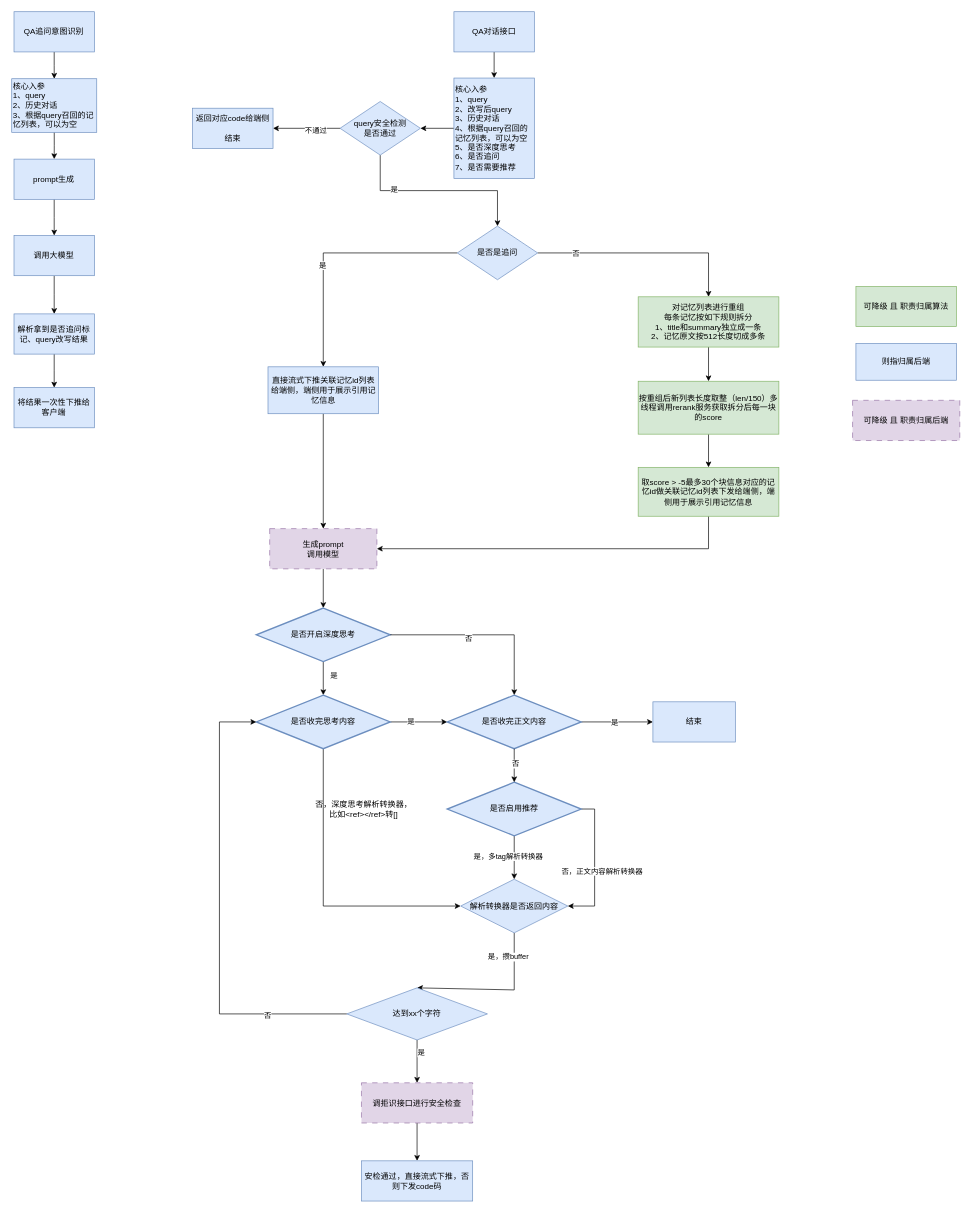
Earlier version of the draw.io diagram page "记忆顾问流程图" (2 of 2) of 个性化.drawio (jingb/pythonRepo). Source tidied: cells renumbered, new cells numbered last; positions are measured from the earlier drawing's top-left corner, leaving out a move shared by most shapes. Both pictures are drawn from the tidied source at 67%, with x=0, y=0 at pixel (11, 11).
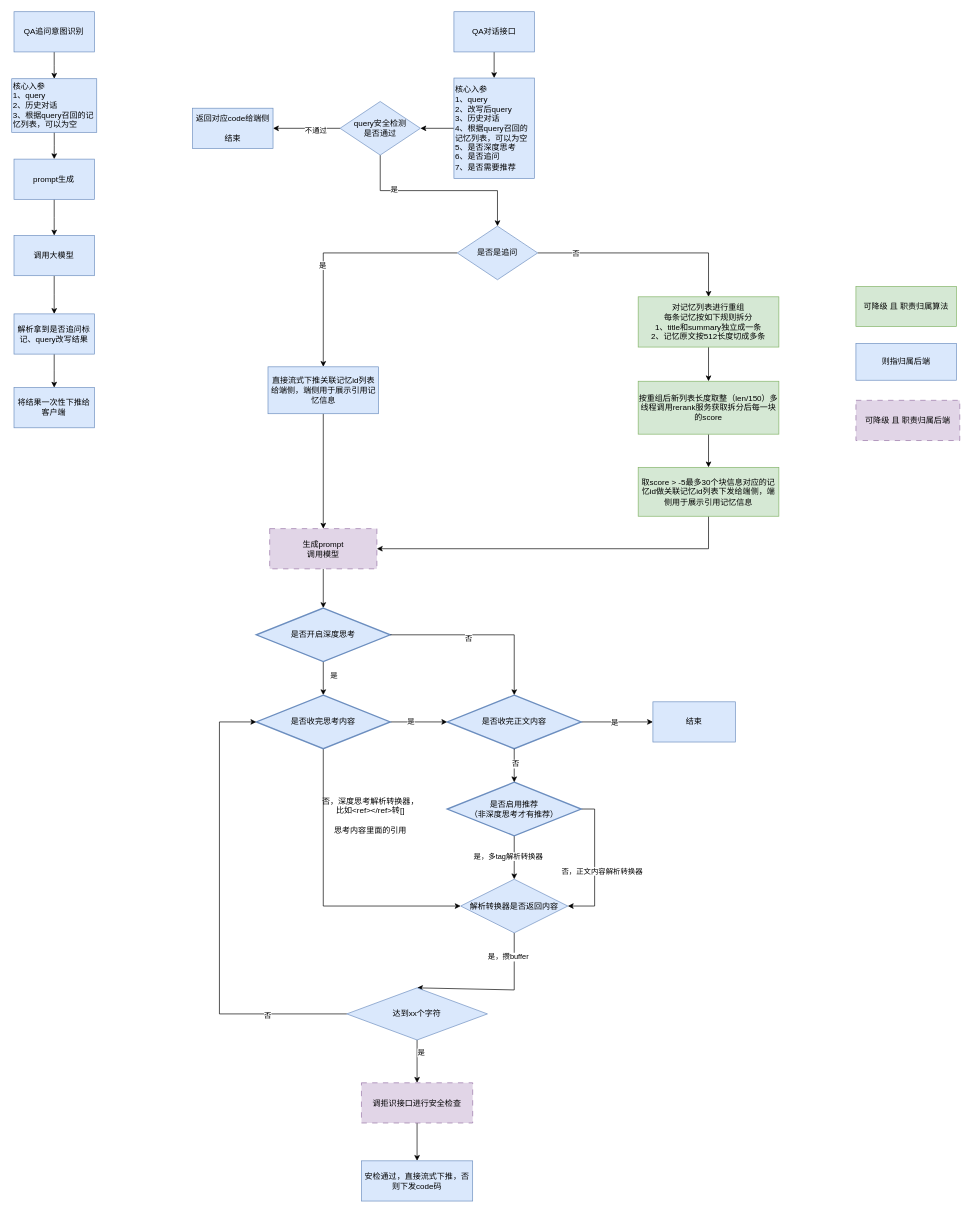
Above is the later version.

Commit message (it also covers changes not shown here):
更新个性化.drawio

Diff of the diagram source:
```diff
@@
-    <mxCell id="61" value="是否启用推荐" style="strokeWidth=2;html=1;shape=mxgraph.flowchart.decision;whiteSpace=wrap;fillColor=#dae8fc;strokeColor=#6c8ebf;" parent="1" vertex="1">
+    <mxCell id="61" value="是否启用推荐&lt;br&gt;（非深度思考才有推荐）" style="strokeWidth=2;html=1;shape=mxgraph.flowchart.decision;whiteSpace=wrap;fillColor=#dae8fc;strokeColor=#6c8ebf;" parent="1" vertex="1">
       <mxGeometry x="650" y="1150" width="200" height="80" as="geometry" />
     </mxCell>
@@
-    <mxCell id="65" value="否，深度思考解析转换器，&lt;br&gt;比如&amp;lt;ref&amp;gt;&amp;lt;/ref&amp;gt;转[]" style="text;html=1;align=center;verticalAlign=middle;strokeColor=none;fillColor=none;" parent="1" vertex="1">
-      <mxGeometry x="440" y="1170" width="170" height="40" as="geometry" />
+    <mxCell id="65" value="否，深度思考解析转换器，&lt;br&gt;比如&amp;lt;ref&amp;gt;&amp;lt;/ref&amp;gt;转[]&lt;br&gt;&lt;br&gt;思考内容里面的引用" style="text;html=1;align=center;verticalAlign=middle;strokeColor=none;fillColor=none;" parent="1" vertex="1">
+      <mxGeometry x="450" y="1165" width="170" height="70" as="geometry" />
     </mxCell>
@@
     <mxCell id="72" value="可降级 且 职责归属后端" style="rounded=0;whiteSpace=wrap;html=1;fillColor=#e1d5e7;strokeColor=#9673a6;dashed=1;dashPattern=8 8;" parent="1" vertex="1">
-      <mxGeometry x="1255" y="580" width="160" height="60" as="geometry" />
+      <mxGeometry x="1260" y="580" width="155" height="60" as="geometry" />
     </mxCell>
```
